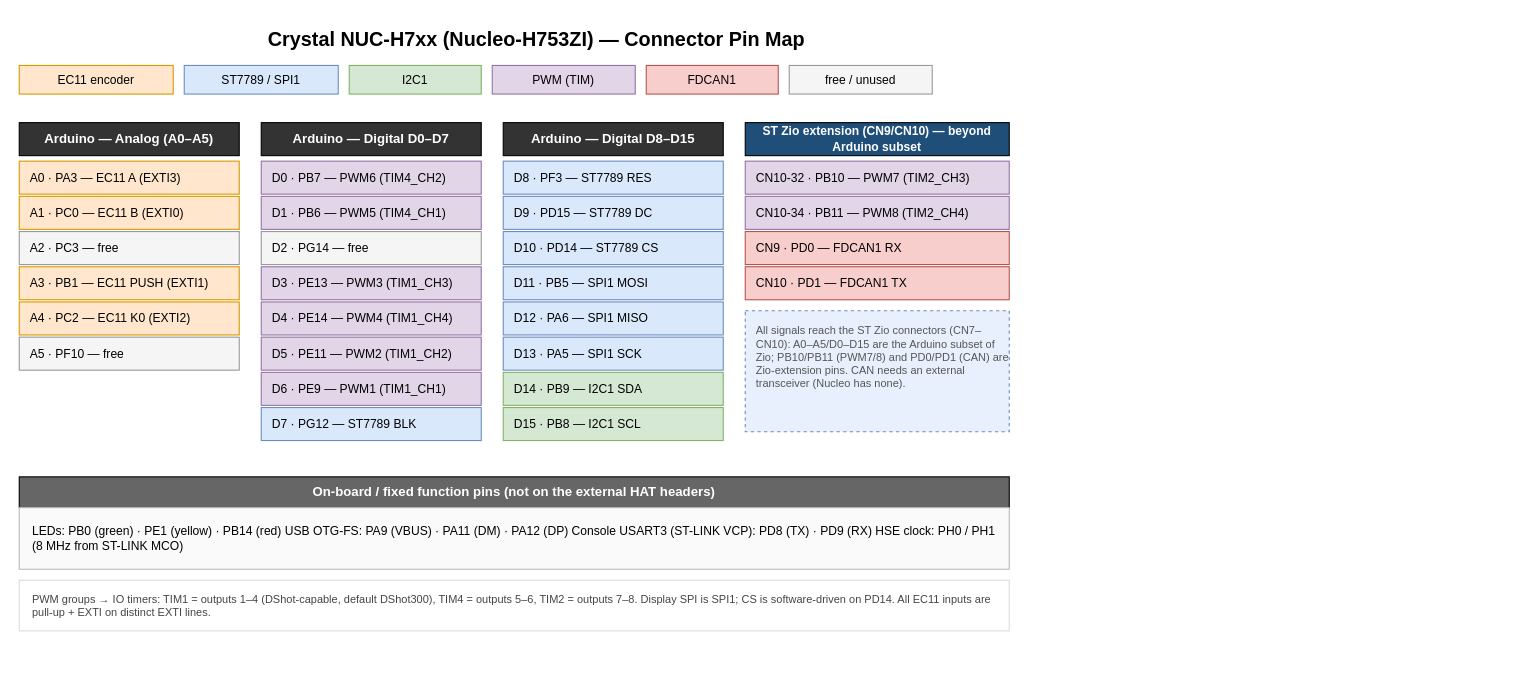
This is page "NUC-H7xx Pinmap" (1 of 2) of boards/crystal/nuc-h7xx/docs/nuc-h7xx_pinmap.drawio from cruise-control/PX4-Autopilot-Pub, a draw.io file, before an edit. Source tidied: cells renumbered, new cells numbered last; positions are measured from the earlier drawing's top-left corner, leaving out a move shared by most shapes. Both pictures are drawn from the tidied source at 110%, with x=0, y=0 at pixel (19, 21).
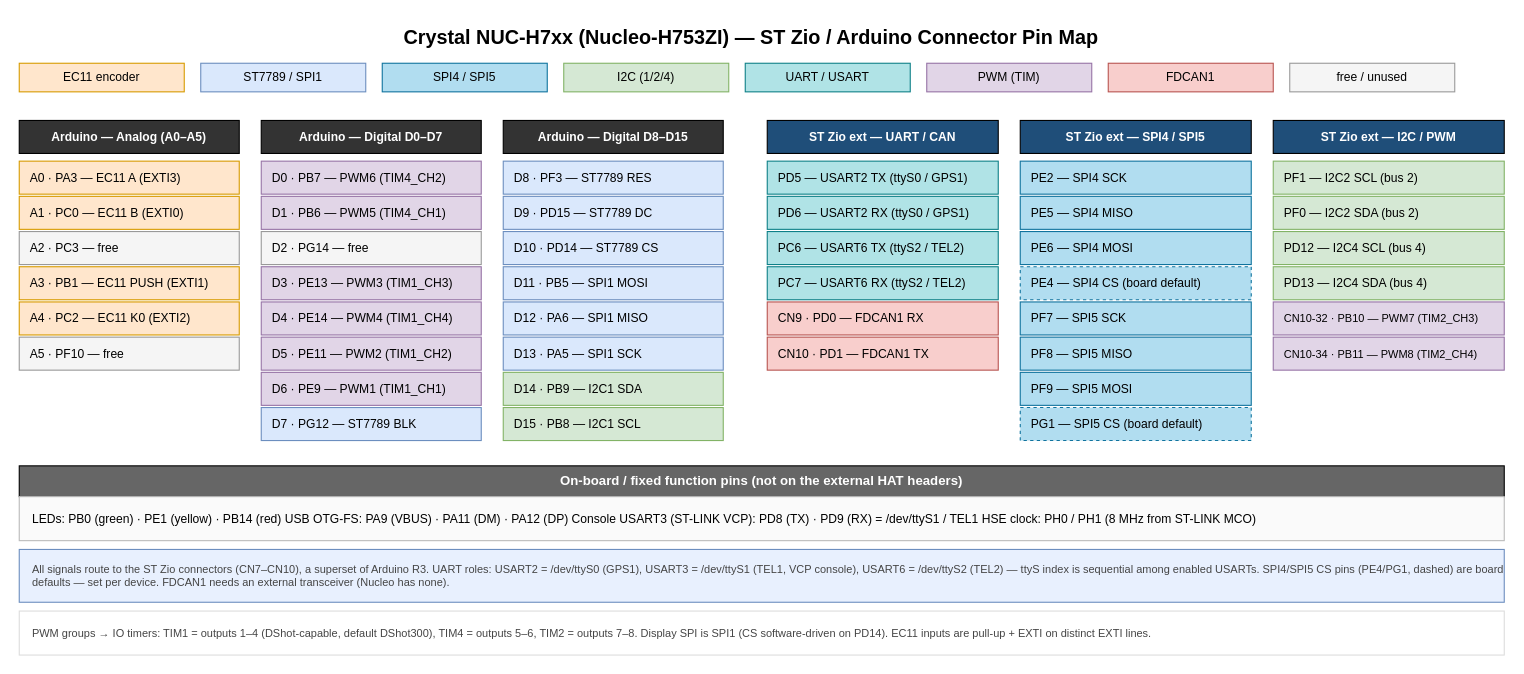
Above is the later version.

Commit message:
doc: Add pin mapping

What changed in the source:
```diff
@@
-    <mxCell id="2" value="Crystal NUC-H7xx (Nucleo-H753ZI) — Connector Pin Map" style="text;html=1;align=center;fontSize=18;fontStyle=1;" parent="1" vertex="1">
-      <mxGeometry width="940" height="30" as="geometry" />
+    <mxCell id="2" value="Crystal NUC-H7xx (Nucleo-H753ZI) — ST Zio / Arduino Connector Pin Map" style="text;html=1;align=center;fontSize=18;fontStyle=1;" parent="1" vertex="1">
+      <mxGeometry y="-2" width="1330" height="30" as="geometry" />
     </mxCell>
     <mxCell id="3" value="EC11 encoder" style="rounded=0;whiteSpace=wrap;html=1;fillColor=#ffe6cc;strokeColor=#d79b00;fontSize=11;" parent="1" vertex="1">
-      <mxGeometry y="40" width="140" height="26" as="geometry" />
+      <mxGeometry y="38" width="150" height="26" as="geometry" />
     </mxCell>
     <mxCell id="4" value="ST7789 / SPI1" style="rounded=0;whiteSpace=wrap;html=1;fillColor=#dae8fc;strokeColor=#6c8ebf;fontSize=11;" parent="1" vertex="1">
-      <mxGeometry x="150" y="40" width="140" height="26" as="geometry" />
+      <mxGeometry x="165" y="38" width="150" height="26" as="geometry" />
     </mxCell>
-    <mxCell id="5" value="I2C1" style="rounded=0;whiteSpace=wrap;html=1;fillColor=#d5e8d4;strokeColor=#82b366;fontSize=11;" parent="1" vertex="1">
-      <mxGeometry x="300" y="40" width="120" height="26" as="geometry" />
+    <mxCell id="5" value="SPI4 / SPI5" style="rounded=0;whiteSpace=wrap;html=1;fillColor=#b1ddf0;strokeColor=#10739e;fontSize=11;" parent="1" vertex="1">
+      <mxGeometry x="330" y="38" width="150" height="26" as="geometry" />
     </mxCell>
-    <mxCell id="6" value="PWM (TIM)" style="rounded=0;whiteSpace=wrap;html=1;fillColor=#e1d5e7;strokeColor=#9673a6;fontSize=11;" parent="1" vertex="1">
-      <mxGeometry x="430" y="40" width="130" height="26" as="geometry" />
+    <mxCell id="6" value="I2C (1/2/4)" style="rounded=0;whiteSpace=wrap;html=1;fillColor=#d5e8d4;strokeColor=#82b366;fontSize=11;" parent="1" vertex="1">
+      <mxGeometry x="495" y="38" width="150" height="26" as="geometry" />
     </mxCell>
-    <mxCell id="7" value="FDCAN1" style="rounded=0;whiteSpace=wrap;html=1;fillColor=#f8cecc;strokeColor=#b85450;fontSize=11;" parent="1" vertex="1">
-      <mxGeometry x="570" y="40" width="120" height="26" as="geometry" />
+    <mxCell id="7" value="UART / USART" style="rounded=0;whiteSpace=wrap;html=1;fillColor=#b0e3e6;strokeColor=#0e8088;fontSize=11;" parent="1" vertex="1">
+      <mxGeometry x="660" y="38" width="150" height="26" as="geometry" />
     </mxCell>
-    <mxCell id="8" value="free / unused" style="rounded=0;whiteSpace=wrap;html=1;fillColor=#f5f5f5;strokeColor=#999999;fontSize=11;" parent="1" vertex="1">
-      <mxGeometry x="700" y="40" width="130" height="26" as="geometry" />
+    <mxCell id="8" value="PWM (TIM)" style="rounded=0;whiteSpace=wrap;html=1;fillColor=#e1d5e7;strokeColor=#9673a6;fontSize=11;" parent="1" vertex="1">
+      <mxGeometry x="825" y="38" width="150" height="26" as="geometry" />
     </mxCell>
+    <mxCell id="43" value="FDCAN1" style="rounded=0;whiteSpace=wrap;html=1;fillColor=#f8cecc;strokeColor=#b85450;fontSize=11;" parent="1" vertex="1">
+      <mxGeometry x="990" y="38" width="150" height="26" as="geometry" />
+    </mxCell>
+    <mxCell id="44" value="free / unused" style="rounded=0;whiteSpace=wrap;html=1;fillColor=#f5f5f5;strokeColor=#999999;fontSize=11;" parent="1" vertex="1">
+      <mxGeometry x="1155" y="38" width="150" height="26" as="geometry" />
+    </mxCell>
-    <mxCell id="9" value="Arduino — Analog (A0–A5)" style="rounded=0;whiteSpace=wrap;html=1;fillColor=#333333;fontColor=#ffffff;fontStyle=1;align=center;fontSize=12;" parent="1" vertex="1">
-      <mxGeometry y="92" width="200" height="30" as="geometry" />
+    <mxCell id="9" value="Arduino — Analog (A0–A5)" style="rounded=0;whiteSpace=wrap;html=1;fillColor=#333333;fontColor=#ffffff;fontStyle=1;align=center;fontSize=11;" parent="1" vertex="1">
+      <mxGeometry y="90" width="200" height="30" as="geometry" />
     </mxCell>
-    <mxCell id="10" value="Arduino — Digital D0–D7" style="rounded=0;whiteSpace=wrap;html=1;fillColor=#333333;fontColor=#ffffff;fontStyle=1;align=center;fontSize=12;" parent="1" vertex="1">
-      <mxGeometry x="220" y="92" width="200" height="30" as="geometry" />
+    <mxCell id="10" value="Arduino — Digital D0–D7" style="rounded=0;whiteSpace=wrap;html=1;fillColor=#333333;fontColor=#ffffff;fontStyle=1;align=center;fontSize=11;" parent="1" vertex="1">
+      <mxGeometry x="220" y="90" width="200" height="30" as="geometry" />
     </mxCell>
-    <mxCell id="11" value="Arduino — Digital D8–D15" style="rounded=0;whiteSpace=wrap;html=1;fillColor=#333333;fontColor=#ffffff;fontStyle=1;align=center;fontSize=12;" parent="1" vertex="1">
-      <mxGeometry x="440" y="92" width="200" height="30" as="geometry" />
+    <mxCell id="11" value="Arduino — Digital D8–D15" style="rounded=0;whiteSpace=wrap;html=1;fillColor=#333333;fontColor=#ffffff;fontStyle=1;align=center;fontSize=11;" parent="1" vertex="1">
+      <mxGeometry x="440" y="90" width="200" height="30" as="geometry" />
     </mxCell>
-    <mxCell id="12" value="ST Zio extension (CN9/CN10) — beyond Arduino subset" style="rounded=0;whiteSpace=wrap;html=1;fillColor=#1f4e79;fontColor=#ffffff;fontStyle=1;align=center;fontSize=11;" parent="1" vertex="1">
-      <mxGeometry x="660" y="92" width="240" height="30" as="geometry" />
-    </mxCell>
+    <mxCell id="45" value="ST Zio ext — UART / CAN" style="rounded=0;whiteSpace=wrap;html=1;fillColor=#1f4e79;fontColor=#ffffff;fontStyle=1;align=center;fontSize=11;" parent="1" vertex="1">
+      <mxGeometry x="680" y="90" width="210" height="30" as="geometry" />
+    </mxCell>
+    <mxCell id="46" value="ST Zio ext — SPI4 / SPI5" style="rounded=0;whiteSpace=wrap;html=1;fillColor=#1f4e79;fontColor=#ffffff;fontStyle=1;align=center;fontSize=11;" parent="1" vertex="1">
+      <mxGeometry x="910" y="90" width="210" height="30" as="geometry" />
+    </mxCell>
+    <mxCell id="47" value="ST Zio ext — I2C / PWM" style="rounded=0;whiteSpace=wrap;html=1;fillColor=#1f4e79;fontColor=#ffffff;fontStyle=1;align=center;fontSize=11;" parent="1" vertex="1">
+      <mxGeometry x="1140" y="90" width="210" height="30" as="geometry" />
+    </mxCell>
@@
+    <mxCell id="48" value="PD5 — USART2 TX  (ttyS0 / GPS1)" style="rounded=0;whiteSpace=wrap;html=1;align=left;spacingLeft=8;fontSize=11;fillColor=#b0e3e6;strokeColor=#0e8088;" parent="1" vertex="1">
+      <mxGeometry x="680" y="127" width="210" height="30" as="geometry" />
+    </mxCell>
+    <mxCell id="49" value="PD6 — USART2 RX  (ttyS0 / GPS1)" style="rounded=0;whiteSpace=wrap;html=1;align=left;spacingLeft=8;fontSize=11;fillColor=#b0e3e6;strokeColor=#0e8088;" parent="1" vertex="1">
+      <mxGeometry x="680" y="159" width="210" height="30" as="geometry" />
+    </mxCell>
+    <mxCell id="50" value="PC6 — USART6 TX  (ttyS2 / TEL2)" style="rounded=0;whiteSpace=wrap;html=1;align=left;spacingLeft=8;fontSize=11;fillColor=#b0e3e6;strokeColor=#0e8088;" parent="1" vertex="1">
+      <mxGeometry x="680" y="191" width="210" height="30" as="geometry" />
+    </mxCell>
+    <mxCell id="51" value="PC7 — USART6 RX  (ttyS2 / TEL2)" style="rounded=0;whiteSpace=wrap;html=1;align=left;spacingLeft=8;fontSize=11;fillColor=#b0e3e6;strokeColor=#0e8088;" parent="1" vertex="1">
+      <mxGeometry x="680" y="223" width="210" height="30" as="geometry" />
+    </mxCell>
+    <mxCell id="37" value="CN9 · PD0 — FDCAN1 RX" style="rounded=0;whiteSpace=wrap;html=1;align=left;spacingLeft=8;fontSize=11;fillColor=#f8cecc;strokeColor=#b85450;" parent="1" vertex="1">
+      <mxGeometry x="680" y="255" width="210" height="30" as="geometry" />
+    </mxCell>
+    <mxCell id="38" value="CN10 · PD1 — FDCAN1 TX" style="rounded=0;whiteSpace=wrap;html=1;align=left;spacingLeft=8;fontSize=11;fillColor=#f8cecc;strokeColor=#b85450;" parent="1" vertex="1">
+      <mxGeometry x="680" y="287" width="210" height="30" as="geometry" />
+    </mxCell>
+    <mxCell id="52" value="PE2 — SPI4 SCK" style="rounded=0;whiteSpace=wrap;html=1;align=left;spacingLeft=8;fontSize=11;fillColor=#b1ddf0;strokeColor=#10739e;" parent="1" vertex="1">
+      <mxGeometry x="910" y="127" width="210" height="30" as="geometry" />
+    </mxCell>
+    <mxCell id="53" value="PE5 — SPI4 MISO" style="rounded=0;whiteSpace=wrap;html=1;align=left;spacingLeft=8;fontSize=11;fillColor=#b1ddf0;strokeColor=#10739e;" parent="1" vertex="1">
+      <mxGeometry x="910" y="159" width="210" height="30" as="geometry" />
+    </mxCell>
+    <mxCell id="54" value="PE6 — SPI4 MOSI" style="rounded=0;whiteSpace=wrap;html=1;align=left;spacingLeft=8;fontSize=11;fillColor=#b1ddf0;strokeColor=#10739e;" parent="1" vertex="1">
+      <mxGeometry x="910" y="191" width="210" height="30" as="geometry" />
+    </mxCell>
+    <mxCell id="55" value="PE4 — SPI4 CS  (board default)" style="rounded=0;whiteSpace=wrap;html=1;align=left;spacingLeft=8;fontSize=11;fillColor=#b1ddf0;strokeColor=#10739e;dashed=1;" parent="1" vertex="1">
+      <mxGeometry x="910" y="223" width="210" height="30" as="geometry" />
+    </mxCell>
+    <mxCell id="56" value="PF7 — SPI5 SCK" style="rounded=0;whiteSpace=wrap;html=1;align=left;spacingLeft=8;fontSize=11;fillColor=#b1ddf0;strokeColor=#10739e;" parent="1" vertex="1">
+      <mxGeometry x="910" y="255" width="210" height="30" as="geometry" />
+    </mxCell>
+    <mxCell id="57" value="PF8 — SPI5 MISO" style="rounded=0;whiteSpace=wrap;html=1;align=left;spacingLeft=8;fontSize=11;fillColor=#b1ddf0;strokeColor=#10739e;" parent="1" vertex="1">
+      <mxGeometry x="910" y="287" width="210" height="30" as="geometry" />
+    </mxCell>
+    <mxCell id="58" value="PF9 — SPI5 MOSI" style="rounded=0;whiteSpace=wrap;html=1;align=left;spacingLeft=8;fontSize=11;fillColor=#b1ddf0;strokeColor=#10739e;" parent="1" vertex="1">
+      <mxGeometry x="910" y="319" width="210" height="30" as="geometry" />
+    </mxCell>
+    <mxCell id="59" value="PG1 — SPI5 CS  (board default)" style="rounded=0;whiteSpace=wrap;html=1;align=left;spacingLeft=8;fontSize=11;fillColor=#b1ddf0;strokeColor=#10739e;dashed=1;" parent="1" vertex="1">
+      <mxGeometry x="910" y="351" width="210" height="30" as="geometry" />
+    </mxCell>
+    <mxCell id="60" value="PF1 — I2C2 SCL  (bus 2)" style="rounded=0;whiteSpace=wrap;html=1;align=left;spacingLeft=8;fontSize=11;fillColor=#d5e8d4;strokeColor=#82b366;" parent="1" vertex="1">
+      <mxGeometry x="1140" y="127" width="210" height="30" as="geometry" />
+    </mxCell>
+    <mxCell id="61" value="PF0 — I2C2 SDA  (bus 2)" style="rounded=0;whiteSpace=wrap;html=1;align=left;spacingLeft=8;fontSize=11;fillColor=#d5e8d4;strokeColor=#82b366;" parent="1" vertex="1">
+      <mxGeometry x="1140" y="159" width="210" height="30" as="geometry" />
+    </mxCell>
+    <mxCell id="62" value="PD12 — I2C4 SCL  (bus 4)" style="rounded=0;whiteSpace=wrap;html=1;align=left;spacingLeft=8;fontSize=11;fillColor=#d5e8d4;strokeColor=#82b366;" parent="1" vertex="1">
+      <mxGeometry x="1140" y="191" width="210" height="30" as="geometry" />
+    </mxCell>
+    <mxCell id="63" value="PD13 — I2C4 SDA  (bus 4)" style="rounded=0;whiteSpace=wrap;html=1;align=left;spacingLeft=8;fontSize=11;fillColor=#d5e8d4;strokeColor=#82b366;" parent="1" vertex="1">
+      <mxGeometry x="1140" y="223" width="210" height="30" as="geometry" />
+    </mxCell>
-    <mxCell id="35" value="CN10-32 · PB10 — PWM7 (TIM2_CH3)" style="rounded=0;whiteSpace=wrap;html=1;align=left;spacingLeft=8;fontSize=11;fillColor=#e1d5e7;strokeColor=#9673a6;" parent="1" vertex="1">
-      <mxGeometry x="660" y="127" width="240" height="30" as="geometry" />
+    <mxCell id="35" value="CN10-32 · PB10 — PWM7 (TIM2_CH3)" style="rounded=0;whiteSpace=wrap;html=1;align=left;spacingLeft=8;fontSize=10;fillColor=#e1d5e7;strokeColor=#9673a6;" parent="1" vertex="1">
+      <mxGeometry x="1140" y="255" width="210" height="30" as="geometry" />
     </mxCell>
-    <mxCell id="36" value="CN10-34 · PB11 — PWM8 (TIM2_CH4)" style="rounded=0;whiteSpace=wrap;html=1;align=left;spacingLeft=8;fontSize=11;fillColor=#e1d5e7;strokeColor=#9673a6;" parent="1" vertex="1">
-      <mxGeometry x="660" y="159" width="240" height="30" as="geometry" />
+    <mxCell id="36" value="CN10-34 · PB11 — PWM8 (TIM2_CH4)" style="rounded=0;whiteSpace=wrap;html=1;align=left;spacingLeft=8;fontSize=10;fillColor=#e1d5e7;strokeColor=#9673a6;" parent="1" vertex="1">
+      <mxGeometry x="1140" y="287" width="210" height="30" as="geometry" />
     </mxCell>
-    <mxCell id="37" value="CN9 · PD0 — FDCAN1 RX" style="rounded=0;whiteSpace=wrap;html=1;align=left;spacingLeft=8;fontSize=11;fillColor=#f8cecc;strokeColor=#b85450;" parent="1" vertex="1">
-      <mxGeometry x="660" y="191" width="240" height="30" as="geometry" />
-    </mxCell>
-    <mxCell id="38" value="CN10 · PD1 — FDCAN1 TX" style="rounded=0;whiteSpace=wrap;html=1;align=left;spacingLeft=8;fontSize=11;fillColor=#f8cecc;strokeColor=#b85450;" parent="1" vertex="1">
-      <mxGeometry x="660" y="223" width="240" height="30" as="geometry" />
-    </mxCell>
-    <mxCell id="39" value="All signals reach the ST Zio connectors (CN7–CN10): A0–A5/D0–D15 are the Arduino subset of Zio; PB10/PB11 (PWM7/8) and PD0/PD1 (CAN) are Zio-extension pins. CAN needs an external transceiver (Nucleo has none)." style="rounded=0;whiteSpace=wrap;html=1;align=left;spacingLeft=8;verticalAlign=top;spacingTop=6;fontSize=10;fontColor=#555555;fillColor=#e8f0fe;strokeColor=#6c8ebf;dashed=1;" parent="1" vertex="1">
-      <mxGeometry x="660" y="263" width="240" height="110" as="geometry" />
-    </mxCell>
     <mxCell id="40" value="On-board / fixed function pins (not on the external HAT headers)" style="rounded=0;whiteSpace=wrap;html=1;fillColor=#666666;fontColor=#ffffff;fontStyle=1;align=center;fontSize=12;" parent="1" vertex="1">
-      <mxGeometry y="414" width="900" height="28" as="geometry" />
+      <mxGeometry y="404" width="1350" height="28" as="geometry" />
     </mxCell>
-    <mxCell id="41" value="LEDs: PB0 (green) · PE1 (yellow) · PB14 (red)        USB OTG-FS: PA9 (VBUS) · PA11 (DM) · PA12 (DP)        Console USART3 (ST-LINK VCP): PD8 (TX) · PD9 (RX)        HSE clock: PH0 / PH1 (8 MHz from ST-LINK MCO)" style="rounded=0;whiteSpace=wrap;html=1;align=left;spacingLeft=10;verticalAlign=middle;fontSize=11;fillColor=#fafafa;strokeColor=#bbbbbb;" parent="1" vertex="1">
-      <mxGeometry y="442" width="900" height="56" as="geometry" />
+    <mxCell id="41" value="LEDs: PB0 (green) · PE1 (yellow) · PB14 (red)        USB OTG-FS: PA9 (VBUS) · PA11 (DM) · PA12 (DP)        Console USART3 (ST-LINK VCP): PD8 (TX) · PD9 (RX) = /dev/ttyS1 / TEL1        HSE clock: PH0 / PH1 (8 MHz from ST-LINK MCO)" style="rounded=0;whiteSpace=wrap;html=1;align=left;spacingLeft=10;verticalAlign=middle;fontSize=11;fillColor=#fafafa;strokeColor=#bbbbbb;" parent="1" vertex="1">
+      <mxGeometry y="432" width="1350" height="40" as="geometry" />
     </mxCell>
-    <mxCell id="42" value="PWM groups → IO timers: TIM1 = outputs 1–4 (DShot-capable, default DShot300), TIM4 = outputs 5–6, TIM2 = outputs 7–8.  Display SPI is SPI1; CS is software-driven on PD14.  All EC11 inputs are pull-up + EXTI on distinct EXTI lines." style="rounded=0;whiteSpace=wrap;html=1;align=left;spacingLeft=10;verticalAlign=middle;fontSize=10;fontColor=#444444;fillColor=#ffffff;strokeColor=#dddddd;" parent="1" vertex="1">
-      <mxGeometry y="508" width="900" height="46" as="geometry" />
+    <mxCell id="42" value="All signals route to the ST Zio connectors (CN7–CN10), a superset of Arduino R3. UART roles: USART2 = /dev/ttyS0 (GPS1), USART3 = /dev/ttyS1 (TEL1, VCP console), USART6 = /dev/ttyS2 (TEL2) — ttyS index is sequential among enabled USARTs. SPI4/SPI5 CS pins (PE4/PG1, dashed) are board defaults — set per device. FDCAN1 needs an external transceiver (Nucleo has none)." style="rounded=0;whiteSpace=wrap;html=1;align=left;spacingLeft=10;verticalAlign=middle;fontSize=10;fontColor=#444444;fillColor=#e8f0fe;strokeColor=#6c8ebf;" parent="1" vertex="1">
+      <mxGeometry y="480" width="1350" height="48" as="geometry" />
     </mxCell>
+    <mxCell id="64" value="PWM groups → IO timers: TIM1 = outputs 1–4 (DShot-capable, default DShot300), TIM4 = outputs 5–6, TIM2 = outputs 7–8.  Display SPI is SPI1 (CS software-driven on PD14).  EC11 inputs are pull-up + EXTI on distinct EXTI lines." style="rounded=0;whiteSpace=wrap;html=1;align=left;spacingLeft=10;verticalAlign=middle;fontSize=10;fontColor=#444444;fillColor=#ffffff;strokeColor=#dddddd;" parent="1" vertex="1">
+      <mxGeometry y="536" width="1350" height="40" as="geometry" />
+    </mxCell>
```
